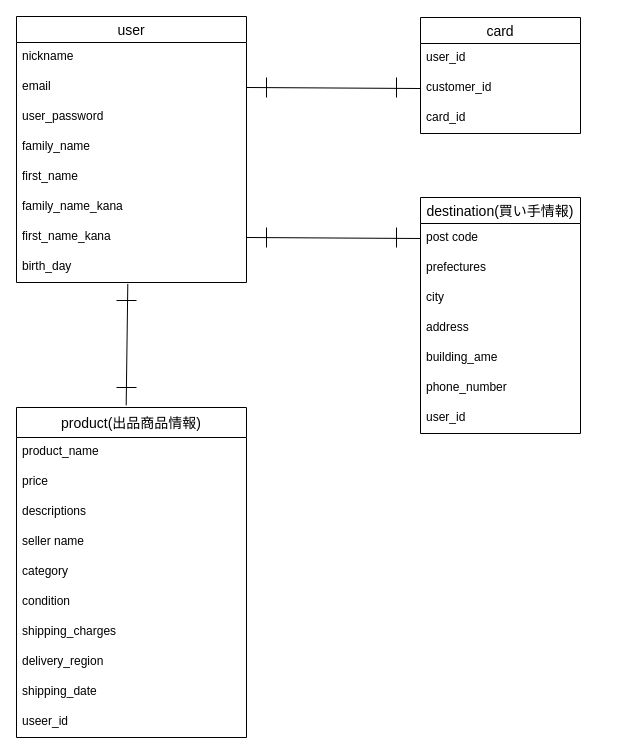
Before: er.dio in takahiro0326/furima-40449, a draw.io diagram. Source tidied: cells renumbered, new cells numbered last; positions are measured from the earlier drawing's top-left corner, leaving out a move shared by most shapes. Both pictures are drawn from the tidied source at 100%, with x=0, y=0 at pixel (16, 16).
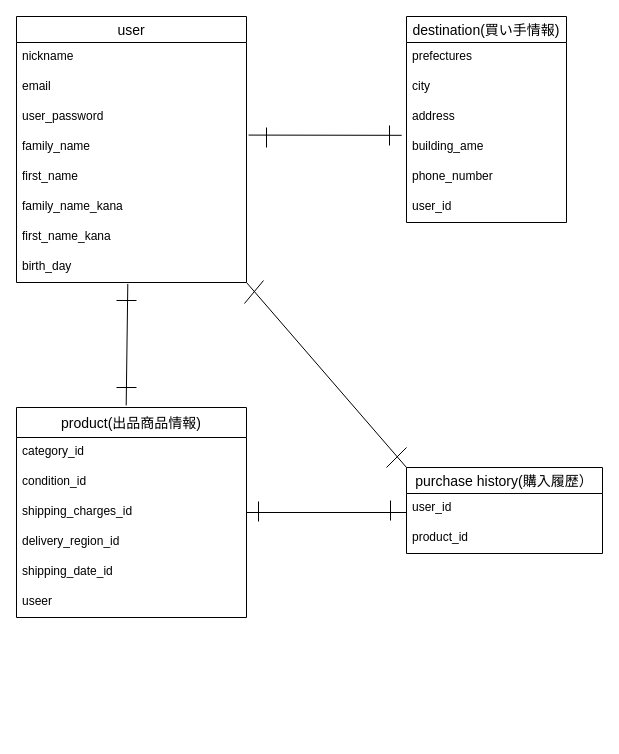
After the change.

Commit message (it also covers changes not shown here):
データベース設計

Unchanged cells that the change refers to:
```xml
<mxCell id="2" value="user" style="swimlane;fontStyle=0;horizontal=1;startSize=26;align=center;fontSize=14;" parent="1" vertex="1">
  <mxGeometry width="230" height="266" as="geometry" />
</mxCell>
<mxCell id="4" value="email" style="text;strokeColor=none;fillColor=none;spacingLeft=4;spacingRight=4;overflow=hidden;points=[[0,0.5],[1,0.5]];portConstraint=eastwest;fontSize=12;" parent="2" vertex="1">
  <mxGeometry y="56" width="230" height="30" as="geometry" />
</mxCell>
<mxCell id="6" value="family_name" style="text;strokeColor=none;fillColor=none;spacingLeft=4;spacingRight=4;overflow=hidden;points=[[0,0.5],[1,0.5]];portConstraint=eastwest;fontSize=12;" parent="2" vertex="1">
  <mxGeometry y="116" width="230" height="30" as="geometry" />
</mxCell>
<mxCell id="9" value="first_name_kana" style="text;strokeColor=none;fillColor=none;spacingLeft=4;spacingRight=4;overflow=hidden;points=[[0,0.5],[1,0.5]];portConstraint=eastwest;fontSize=12;" parent="2" vertex="1">
  <mxGeometry y="206" width="230" height="30" as="geometry" />
</mxCell>
```

The edit, as a diff of the source:
```diff
@@
     <mxCell id="11" value="product(出品商品情報)" style="swimlane;fontStyle=0;horizontal=1;startSize=30;align=center;fontSize=14;" parent="1" vertex="1">
-      <mxGeometry y="391" width="230" height="330" as="geometry" />
+      <mxGeometry y="391" width="230" height="210" as="geometry" />
     </mxCell>
-    <mxCell id="12" value="product_name" style="text;strokeColor=none;fillColor=none;spacingLeft=4;spacingRight=4;overflow=hidden;fontSize=12;" parent="11" vertex="1">
-      <mxGeometry y="30" width="230" height="30" as="geometry" />
-    </mxCell>
-    <mxCell id="13" value="price" style="text;strokeColor=none;fillColor=none;spacingLeft=4;spacingRight=4;overflow=hidden;fontSize=12;" parent="11" vertex="1">
-      <mxGeometry y="60" width="230" height="30" as="geometry" />
-    </mxCell>
-    <mxCell id="14" value="descriptions" style="text;strokeColor=none;fillColor=none;spacingLeft=4;spacingRight=4;overflow=hidden;fontSize=12;" parent="11" vertex="1">
-      <mxGeometry y="90" width="230" height="30" as="geometry" />
-    </mxCell>
-    <mxCell id="15" value="seller name" style="text;strokeColor=none;fillColor=none;spacingLeft=4;spacingRight=4;overflow=hidden;fontSize=12;" parent="11" vertex="1">
-      <mxGeometry y="120" width="230" height="30" as="geometry" />
-    </mxCell>
-    <mxCell id="16" value="category" style="text;strokeColor=none;fillColor=none;spacingLeft=4;spacingRight=4;overflow=hidden;fontSize=12;" parent="11" vertex="1">
-      <mxGeometry y="150" width="230" height="30" as="geometry" />
+    <mxCell id="16" value="category_id" style="text;strokeColor=none;fillColor=none;spacingLeft=4;spacingRight=4;overflow=hidden;fontSize=12;" parent="11" vertex="1">
+      <mxGeometry y="30" width="230" height="30" as="geometry" />
     </mxCell>
-    <mxCell id="17" value="condition" style="text;strokeColor=none;fillColor=none;spacingLeft=4;spacingRight=4;overflow=hidden;fontSize=12;" parent="11" vertex="1">
-      <mxGeometry y="180" width="230" height="30" as="geometry" />
+    <mxCell id="17" value="condition_id" style="text;strokeColor=none;fillColor=none;spacingLeft=4;spacingRight=4;overflow=hidden;fontSize=12;" parent="11" vertex="1">
+      <mxGeometry y="60" width="230" height="30" as="geometry" />
     </mxCell>
-    <mxCell id="18" value="shipping_charges" style="text;strokeColor=none;fillColor=none;spacingLeft=4;spacingRight=4;overflow=hidden;fontSize=12;" parent="11" vertex="1">
-      <mxGeometry y="210" width="230" height="30" as="geometry" />
+    <mxCell id="18" value="shipping_charges_id" style="text;strokeColor=none;fillColor=none;spacingLeft=4;spacingRight=4;overflow=hidden;fontSize=12;" parent="11" vertex="1">
+      <mxGeometry y="90" width="230" height="30" as="geometry" />
     </mxCell>
-    <mxCell id="19" value="delivery_region" style="text;strokeColor=none;fillColor=none;spacingLeft=4;spacingRight=4;overflow=hidden;fontSize=12;" parent="11" vertex="1">
-      <mxGeometry y="240" width="230" height="30" as="geometry" />
+    <mxCell id="19" value="delivery_region_id" style="text;strokeColor=none;fillColor=none;spacingLeft=4;spacingRight=4;overflow=hidden;fontSize=12;" parent="11" vertex="1">
+      <mxGeometry y="120" width="230" height="30" as="geometry" />
     </mxCell>
-    <mxCell id="20" value="shipping_date" style="text;strokeColor=none;fillColor=none;spacingLeft=4;spacingRight=4;overflow=hidden;fontSize=12;" parent="11" vertex="1">
-      <mxGeometry y="270" width="230" height="30" as="geometry" />
+    <mxCell id="20" value="shipping_date_id" style="text;strokeColor=none;fillColor=none;spacingLeft=4;spacingRight=4;overflow=hidden;fontSize=12;" parent="11" vertex="1">
+      <mxGeometry y="150" width="230" height="30" as="geometry" />
     </mxCell>
-    <mxCell id="21" value="useer_id" style="text;strokeColor=none;fillColor=none;spacingLeft=4;spacingRight=4;overflow=hidden;fontSize=12;" parent="11" vertex="1">
-      <mxGeometry y="300" width="230" height="30" as="geometry" />
+    <mxCell id="21" value="useer" style="text;strokeColor=none;fillColor=none;spacingLeft=4;spacingRight=4;overflow=hidden;fontSize=12;" parent="11" vertex="1">
+      <mxGeometry y="180" width="230" height="30" as="geometry" />
     </mxCell>
-    <mxCell id="22" value="card" style="swimlane;fontStyle=0;horizontal=1;startSize=26;align=center;fontSize=14;" parent="1" vertex="1">
-      <mxGeometry x="404" y="1" width="160" height="116" as="geometry" />
-    </mxCell>
-    <mxCell id="23" value="user_id" style="text;strokeColor=none;fillColor=none;spacingLeft=4;spacingRight=4;overflow=hidden;fontSize=12;" parent="22" vertex="1">
-      <mxGeometry y="26" width="160" height="30" as="geometry" />
-    </mxCell>
-    <mxCell id="24" value="customer_id" style="text;strokeColor=none;fillColor=none;spacingLeft=4;spacingRight=4;overflow=hidden;points=[[0,0.5],[1,0.5]];portConstraint=eastwest;fontSize=12;" parent="22" vertex="1">
-      <mxGeometry y="56" width="160" height="30" as="geometry" />
-    </mxCell>
-    <mxCell id="25" value="card_id" style="text;strokeColor=none;fillColor=none;spacingLeft=4;spacingRight=4;overflow=hidden;fontSize=12;" parent="22" vertex="1">
-      <mxGeometry y="86" width="160" height="30" as="geometry" />
-    </mxCell>
     <mxCell id="26" value="destination(買い手情報)" style="swimlane;fontStyle=0;horizontal=1;startSize=26;align=center;fontSize=14;" parent="1" vertex="1">
-      <mxGeometry x="404" y="181" width="160" height="236" as="geometry" />
+      <mxGeometry x="390" width="160" height="206" as="geometry" />
     </mxCell>
-    <mxCell id="27" value="post code" style="text;strokeColor=none;fillColor=none;spacingLeft=4;spacingRight=4;overflow=hidden;points=[[0,0.5],[1,0.5]];portConstraint=eastwest;fontSize=12;" parent="26" vertex="1">
-      <mxGeometry y="26" width="160" height="30" as="geometry" />
-    </mxCell>
     <mxCell id="28" value="prefectures" style="text;strokeColor=none;fillColor=none;spacingLeft=4;spacingRight=4;overflow=hidden;fontSize=12;" parent="26" vertex="1">
-      <mxGeometry y="56" width="160" height="30" as="geometry" />
+      <mxGeometry y="26" width="160" height="30" as="geometry" />
     </mxCell>
     <mxCell id="29" value="city" style="text;strokeColor=none;fillColor=none;spacingLeft=4;spacingRight=4;overflow=hidden;fontSize=12;" parent="26" vertex="1">
-      <mxGeometry y="86" width="160" height="30" as="geometry" />
+      <mxGeometry y="56" width="160" height="30" as="geometry" />
     </mxCell>
     <mxCell id="30" value="address" style="text;strokeColor=none;fillColor=none;spacingLeft=4;spacingRight=4;overflow=hidden;points=[[0,0.5],[1,0.5]];portConstraint=eastwest;fontSize=12;" parent="26" vertex="1">
-      <mxGeometry y="116" width="160" height="30" as="geometry" />
+      <mxGeometry y="86" width="160" height="30" as="geometry" />
     </mxCell>
     <mxCell id="31" value="building_ame" style="text;strokeColor=none;fillColor=none;spacingLeft=4;spacingRight=4;overflow=hidden;fontSize=12;" parent="26" vertex="1">
-      <mxGeometry y="146" width="160" height="30" as="geometry" />
+      <mxGeometry y="116" width="160" height="30" as="geometry" />
     </mxCell>
     <mxCell id="32" value="phone_number" style="text;strokeColor=none;fillColor=none;spacingLeft=4;spacingRight=4;overflow=hidden;fontSize=12;" parent="26" vertex="1">
-      <mxGeometry y="176" width="160" height="30" as="geometry" />
+      <mxGeometry y="146" width="160" height="30" as="geometry" />
     </mxCell>
     <mxCell id="33" value="user_id" style="text;strokeColor=none;fillColor=none;spacingLeft=4;spacingRight=4;overflow=hidden;fontSize=12;" parent="26" vertex="1">
-      <mxGeometry y="206" width="160" height="30" as="geometry" />
+      <mxGeometry y="176" width="160" height="30" as="geometry" />
     </mxCell>
-    <mxCell id="34" style="endArrow=none;html=1;rounded=0;exitX=1;exitY=0.5;exitDx=0;exitDy=0;entryX=0;entryY=0.5;entryDx=0;entryDy=0;" parent="1" edge="1" source="9" target="27">
+    <mxCell id="34" style="endArrow=none;html=1;rounded=0;exitX=1.009;exitY=0.086;exitDx=0;exitDy=0;entryX=-0.03;entryY=1.094;entryDx=0;entryDy=0;exitPerimeter=0;entryPerimeter=0;" parent="1" edge="1" source="6" target="30">
       <mxGeometry relative="1" as="geometry" />
     </mxCell>
-    <mxCell id="35" style="endArrow=none;html=1;rounded=0;exitX=1;exitY=0.5;exitDx=0;exitDy=0;entryX=0;entryY=0.5;entryDx=0;entryDy=0;" parent="1" edge="1" source="4" target="24">
-      <mxGeometry relative="1" as="geometry" />
-    </mxCell>
-    <mxCell id="36" style="endArrow=none;html=1;rounded=0;" parent="1" edge="1">
-      <mxGeometry relative="1" as="geometry">
-        <mxPoint x="250" y="61" as="sourcePoint" />
-        <mxPoint x="250" y="81" as="targetPoint" />
-      </mxGeometry>
-    </mxCell>
-    <mxCell id="37" style="endArrow=none;html=1;rounded=0;" parent="1" edge="1">
-      <mxGeometry relative="1" as="geometry">
-        <mxPoint x="380" y="61" as="sourcePoint" />
-        <mxPoint x="380" y="81" as="targetPoint" />
-      </mxGeometry>
-    </mxCell>
-    <mxCell id="38" style="endArrow=none;html=1;rounded=0;" parent="1" edge="1">
-      <mxGeometry relative="1" as="geometry">
-        <mxPoint x="250" y="211" as="sourcePoint" />
-        <mxPoint x="250" y="231" as="targetPoint" />
-      </mxGeometry>
-    </mxCell>
-    <mxCell id="39" style="endArrow=none;html=1;rounded=0;" parent="1" edge="1">
-      <mxGeometry relative="1" as="geometry">
-        <mxPoint x="380" y="211" as="sourcePoint" />
-        <mxPoint x="380" y="231" as="targetPoint" />
-      </mxGeometry>
-    </mxCell>
@@
+    <mxCell id="43" value="purchase history(購入履歴）" style="swimlane;fontStyle=0;horizontal=1;startSize=26;align=center;fontSize=14;" parent="1" vertex="1">
+      <mxGeometry x="390" y="451" width="196" height="86" as="geometry" />
+    </mxCell>
+    <mxCell id="23" value="user_id" style="text;strokeColor=none;fillColor=none;spacingLeft=4;spacingRight=4;overflow=hidden;fontSize=12;" parent="43" vertex="1">
+      <mxGeometry y="26" width="196" height="30" as="geometry" />
+    </mxCell>
+    <mxCell id="44" value="product_id" style="text;strokeColor=none;fillColor=none;spacingLeft=4;spacingRight=4;overflow=hidden;fontSize=12;" parent="43" vertex="1">
+      <mxGeometry y="56" width="196" height="30" as="geometry" />
+    </mxCell>
+    <mxCell id="45" style="line;strokeWidth=1;dashed=0;labelPosition=right;align=left;verticalAlign=middle;spacingTop=0;spacingLeft=6;" parent="1" vertex="1">
+      <mxGeometry x="230" y="491" width="160" height="10" as="geometry" />
+    </mxCell>
+    <mxCell id="46" style="endArrow=none;html=1;rounded=0;" parent="1" edge="1">
+      <mxGeometry relative="1" as="geometry">
+        <mxPoint x="242" y="505" as="sourcePoint" />
+        <mxPoint x="242" y="485" as="targetPoint" />
+      </mxGeometry>
+    </mxCell>
+    <mxCell id="47" style="endArrow=none;html=1;rounded=0;" parent="1" edge="1">
+      <mxGeometry relative="1" as="geometry">
+        <mxPoint x="374" y="484" as="sourcePoint" />
+        <mxPoint x="374" y="504" as="targetPoint" />
+      </mxGeometry>
+    </mxCell>
+    <mxCell id="48" style="endArrow=none;html=1;rounded=0;" parent="1" edge="1">
+      <mxGeometry relative="1" as="geometry">
+        <mxPoint x="250" y="111" as="sourcePoint" />
+        <mxPoint x="250" y="131" as="targetPoint" />
+      </mxGeometry>
+    </mxCell>
+    <mxCell id="49" style="endArrow=none;html=1;rounded=0;" parent="1" edge="1">
+      <mxGeometry relative="1" as="geometry">
+        <mxPoint x="373" y="129" as="sourcePoint" />
+        <mxPoint x="373" y="109" as="targetPoint" />
+      </mxGeometry>
+    </mxCell>
+    <mxCell id="50" style="endArrow=none;html=1;rounded=0;exitX=1;exitY=1;exitDx=0;exitDy=0;entryX=0;entryY=0;entryDx=0;entryDy=0;" parent="1" edge="1" source="2" target="43">
+      <mxGeometry relative="1" as="geometry" />
+    </mxCell>
+    <mxCell id="51" style="endArrow=none;html=1;rounded=0;" parent="1" edge="1">
+      <mxGeometry relative="1" as="geometry">
+        <mxPoint x="228" y="287" as="sourcePoint" />
+        <mxPoint x="247" y="264" as="targetPoint" />
+      </mxGeometry>
+    </mxCell>
+    <mxCell id="52" style="endArrow=none;html=1;rounded=0;" parent="1" edge="1">
+      <mxGeometry relative="1" as="geometry">
+        <mxPoint x="370" y="451" as="sourcePoint" />
+        <mxPoint x="390" y="431" as="targetPoint" />
+      </mxGeometry>
+    </mxCell>
```
